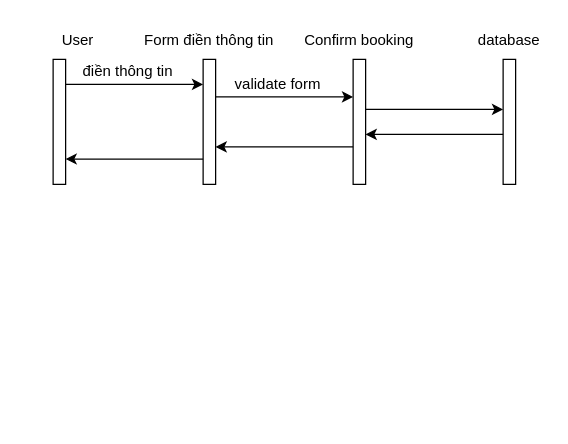
Above: page "Page-2" (2 of 2) of Untitled Diagram.drawio in manh-cuong61/backend_mutiple-choice-test (draw.io), before the change. Source tidied: cells renumbered, new cells numbered last; positions are measured from the earlier drawing's top-left corner, leaving out a move shared by most shapes. Both pictures are drawn from the tidied source at 125%, with x=0, y=0 at pixel (40, 21).
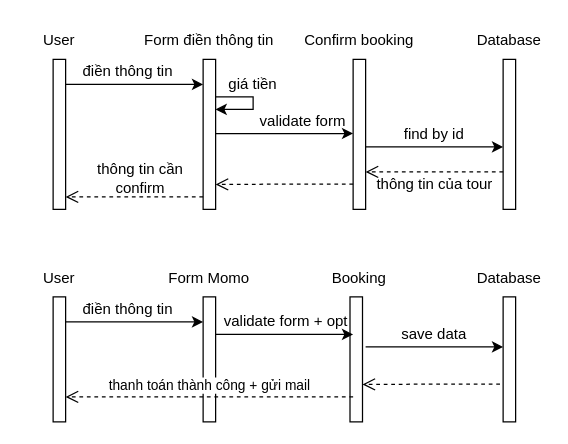
The same diagram, later.

Diff of the diagram source:
```diff
@@
     <mxCell id="2" value="User" style="text;html=1;strokeColor=none;fillColor=none;align=center;verticalAlign=middle;whiteSpace=wrap;rounded=0;" parent="1" vertex="1">
-      <mxGeometry width="60" height="30" as="geometry" />
+      <mxGeometry x="-15" width="60" height="30" as="geometry" />
     </mxCell>
@@
-    <mxCell id="5" value="database" style="text;html=1;strokeColor=none;fillColor=none;align=center;verticalAlign=middle;whiteSpace=wrap;rounded=0;" parent="1" vertex="1">
+    <mxCell id="5" value="Database" style="text;html=1;strokeColor=none;fillColor=none;align=center;verticalAlign=middle;whiteSpace=wrap;rounded=0;" parent="1" vertex="1">
       <mxGeometry x="345" width="60" height="30" as="geometry" />
     </mxCell>
     <mxCell id="6" style="html=1;perimeter=orthogonalPerimeter;targetShapes=umlLifeline;newEdgeStyle={&quot;edgeStyle&quot;:&quot;elbowEdgeStyle&quot;,&quot;elbow&quot;:&quot;vertical&quot;,&quot;curved&quot;:0,&quot;rounded&quot;:0};" parent="1" vertex="1">
-      <mxGeometry x="10" y="30" width="10" height="100" as="geometry" />
+      <mxGeometry x="10" y="30" width="10" height="120" as="geometry" />
     </mxCell>
     <mxCell id="7" style="html=1;points=[];perimeter=orthogonalPerimeter;outlineConnect=0;targetShapes=umlLifeline;portConstraint=eastwest;newEdgeStyle={&quot;edgeStyle&quot;:&quot;elbowEdgeStyle&quot;,&quot;elbow&quot;:&quot;vertical&quot;,&quot;curved&quot;:0,&quot;rounded&quot;:0};" parent="1" vertex="1">
-      <mxGeometry x="250" y="30" width="10" height="100" as="geometry" />
+      <mxGeometry x="250" y="30" width="10" height="120" as="geometry" />
     </mxCell>
     <mxCell id="8" style="html=1;points=[];perimeter=orthogonalPerimeter;outlineConnect=0;targetShapes=umlLifeline;portConstraint=eastwest;newEdgeStyle={&quot;edgeStyle&quot;:&quot;elbowEdgeStyle&quot;,&quot;elbow&quot;:&quot;vertical&quot;,&quot;curved&quot;:0,&quot;rounded&quot;:0};" parent="1" vertex="1">
-      <mxGeometry x="370" y="30" width="10" height="100" as="geometry" />
+      <mxGeometry x="370" y="30" width="10" height="120" as="geometry" />
     </mxCell>
@@
     <mxCell id="10" style="html=1;points=[];perimeter=orthogonalPerimeter;outlineConnect=0;targetShapes=umlLifeline;portConstraint=eastwest;newEdgeStyle={&quot;edgeStyle&quot;:&quot;elbowEdgeStyle&quot;,&quot;elbow&quot;:&quot;vertical&quot;,&quot;curved&quot;:0,&quot;rounded&quot;:0};" parent="1" vertex="1">
-      <mxGeometry x="130" y="30" width="10" height="100" as="geometry" />
+      <mxGeometry x="130" y="30" width="10" height="120" as="geometry" />
     </mxCell>
@@
     <mxCell id="12" style="endArrow=classic;html=1;rounded=0;" parent="1" edge="1">
       <mxGeometry relative="1" as="geometry">
-        <mxPoint x="140" y="60" as="sourcePoint" />
-        <mxPoint x="250" y="60" as="targetPoint" />
+        <mxPoint x="140" y="89.3" as="sourcePoint" />
+        <mxPoint x="250" y="89.3" as="targetPoint" />
       </mxGeometry>
     </mxCell>
     <mxCell id="13" style="endArrow=classic;html=1;rounded=0;" parent="1" edge="1">
       <mxGeometry relative="1" as="geometry">
-        <mxPoint x="260" y="70" as="sourcePoint" />
-        <mxPoint x="370" y="70" as="targetPoint" />
+        <mxPoint x="260" y="100" as="sourcePoint" />
+        <mxPoint x="370" y="100" as="targetPoint" />
       </mxGeometry>
     </mxCell>
-    <mxCell id="14" style="endArrow=classic;html=1;rounded=0;" parent="1" edge="1" source="8" target="7">
-      <mxGeometry relative="1" as="geometry">
-        <Array as="points">
-          <mxPoint x="310" y="90" />
-        </Array>
-      </mxGeometry>
-    </mxCell>
-    <mxCell id="15" style="endArrow=classic;html=1;rounded=0;" parent="1" edge="1">
-      <mxGeometry relative="1" as="geometry">
-        <mxPoint x="250" y="100" as="sourcePoint" />
-        <mxPoint x="140" y="100" as="targetPoint" />
-        <Array as="points">
-          <mxPoint x="190" y="100" />
-        </Array>
-      </mxGeometry>
-    </mxCell>
-    <mxCell id="16" style="endArrow=classic;html=1;rounded=0;" parent="1" edge="1">
-      <mxGeometry relative="1" as="geometry">
-        <mxPoint x="130" y="109.7" as="sourcePoint" />
-        <mxPoint x="20" y="109.7" as="targetPoint" />
-        <Array as="points">
-          <mxPoint x="70" y="109.7" />
-        </Array>
-      </mxGeometry>
-    </mxCell>
     <mxCell id="17" value="validate form" style="text;html=1;strokeColor=none;fillColor=none;align=center;verticalAlign=middle;whiteSpace=wrap;rounded=0;" parent="1" vertex="1">
-      <mxGeometry x="150" y="40" width="80" height="20" as="geometry" />
+      <mxGeometry x="170" y="70" width="80" height="20" as="geometry" />
     </mxCell>
+    <mxCell id="18" value="find by id" style="text;html=1;strokeColor=none;fillColor=none;align=center;verticalAlign=middle;whiteSpace=wrap;rounded=0;" parent="1" vertex="1">
+      <mxGeometry x="285" y="80" width="60" height="20" as="geometry" />
+    </mxCell>
+    <mxCell id="19" style="edgeStyle=orthogonalEdgeStyle;rounded=0;orthogonalLoop=1;jettySize=auto;html=1;exitX=0.5;exitY=1;exitDx=0;exitDy=0;" parent="1" edge="1" source="18" target="18">
+      <mxGeometry relative="1" as="geometry" />
+    </mxCell>
+    <mxCell id="20" value="thông tin của tour" style="text;html=1;strokeColor=none;fillColor=none;align=center;verticalAlign=middle;whiteSpace=wrap;rounded=0;" parent="1" vertex="1">
+      <mxGeometry x="267.5" y="120" width="95" height="20" as="geometry" />
+    </mxCell>
+    <mxCell id="21" style="endArrow=classic;html=1;rounded=0;" parent="1" edge="1" source="10">
+      <mxGeometry relative="1" as="geometry">
+        <mxPoint x="140" y="70" as="targetPoint" />
+        <Array as="points">
+          <mxPoint x="170" y="60" />
+          <mxPoint x="170" y="70" />
+        </Array>
+      </mxGeometry>
+    </mxCell>
+    <mxCell id="22" value="giá tiền" style="text;html=1;strokeColor=none;fillColor=none;align=center;verticalAlign=middle;whiteSpace=wrap;rounded=0;" parent="1" vertex="1">
+      <mxGeometry x="140" y="40" width="60" height="20" as="geometry" />
+    </mxCell>
+    <mxCell id="23" value="thông tin cần confirm" style="text;html=1;strokeColor=none;fillColor=none;align=center;verticalAlign=middle;whiteSpace=wrap;rounded=0;" parent="1" vertex="1">
+      <mxGeometry x="30" y="100" width="100" height="50" as="geometry" />
+    </mxCell>
+    <mxCell id="24" value="User" style="text;html=1;strokeColor=none;fillColor=none;align=center;verticalAlign=middle;whiteSpace=wrap;rounded=0;" parent="1" vertex="1">
+      <mxGeometry x="-15" y="190" width="60" height="30" as="geometry" />
+    </mxCell>
+    <mxCell id="25" value="Form Momo" style="text;html=1;strokeColor=none;fillColor=none;align=center;verticalAlign=middle;whiteSpace=wrap;rounded=0;" parent="1" vertex="1">
+      <mxGeometry x="80" y="190" width="110" height="30" as="geometry" />
+    </mxCell>
+    <mxCell id="26" value="Booking" style="text;html=1;strokeColor=none;fillColor=none;align=center;verticalAlign=middle;whiteSpace=wrap;rounded=0;" parent="1" vertex="1">
+      <mxGeometry x="210" y="190" width="90" height="30" as="geometry" />
+    </mxCell>
+    <mxCell id="27" value="Database" style="text;html=1;strokeColor=none;fillColor=none;align=center;verticalAlign=middle;whiteSpace=wrap;rounded=0;" parent="1" vertex="1">
+      <mxGeometry x="345" y="190" width="60" height="30" as="geometry" />
+    </mxCell>
+    <mxCell id="28" style="html=1;points=[];perimeter=orthogonalPerimeter;outlineConnect=0;targetShapes=umlLifeline;portConstraint=eastwest;newEdgeStyle={&quot;edgeStyle&quot;:&quot;elbowEdgeStyle&quot;,&quot;elbow&quot;:&quot;vertical&quot;,&quot;curved&quot;:0,&quot;rounded&quot;:0};" parent="1" vertex="1">
+      <mxGeometry x="10" y="220" width="10" height="100" as="geometry" />
+    </mxCell>
+    <mxCell id="29" style="html=1;perimeter=orthogonalPerimeter;targetShapes=umlLifeline;newEdgeStyle={&quot;edgeStyle&quot;:&quot;elbowEdgeStyle&quot;,&quot;elbow&quot;:&quot;vertical&quot;,&quot;curved&quot;:0,&quot;rounded&quot;:0};" parent="1" vertex="1">
+      <mxGeometry x="247.5" y="220" width="10" height="100" as="geometry" />
+    </mxCell>
+    <mxCell id="30" style="html=1;perimeter=orthogonalPerimeter;targetShapes=umlLifeline;newEdgeStyle={&quot;edgeStyle&quot;:&quot;elbowEdgeStyle&quot;,&quot;elbow&quot;:&quot;vertical&quot;,&quot;curved&quot;:0,&quot;rounded&quot;:0};" parent="1" vertex="1">
+      <mxGeometry x="370" y="220" width="10" height="100" as="geometry" />
+    </mxCell>
+    <mxCell id="31" value="điền thông tin" style="text;html=1;strokeColor=none;fillColor=none;align=center;verticalAlign=middle;whiteSpace=wrap;rounded=0;" parent="1" vertex="1">
+      <mxGeometry x="30" y="220" width="80" height="20" as="geometry" />
+    </mxCell>
+    <mxCell id="32" style="html=1;points=[];perimeter=orthogonalPerimeter;outlineConnect=0;targetShapes=umlLifeline;portConstraint=eastwest;newEdgeStyle={&quot;edgeStyle&quot;:&quot;elbowEdgeStyle&quot;,&quot;elbow&quot;:&quot;vertical&quot;,&quot;curved&quot;:0,&quot;rounded&quot;:0};" parent="1" vertex="1">
+      <mxGeometry x="130" y="220" width="10" height="100" as="geometry" />
+    </mxCell>
+    <mxCell id="33" style="endArrow=classic;html=1;rounded=0;" parent="1" edge="1" target="32">
+      <mxGeometry relative="1" as="geometry">
+        <mxPoint x="20" y="240" as="sourcePoint" />
+      </mxGeometry>
+    </mxCell>
+    <mxCell id="34" style="endArrow=classic;html=1;rounded=0;" parent="1" edge="1">
+      <mxGeometry relative="1" as="geometry">
+        <mxPoint x="140" y="250" as="sourcePoint" />
+        <mxPoint x="250" y="250" as="targetPoint" />
+      </mxGeometry>
+    </mxCell>
+    <mxCell id="35" style="endArrow=classic;html=1;rounded=0;" parent="1" edge="1">
+      <mxGeometry relative="1" as="geometry">
+        <mxPoint x="260" y="260" as="sourcePoint" />
+        <mxPoint x="370" y="260" as="targetPoint" />
+      </mxGeometry>
+    </mxCell>
+    <mxCell id="36" value="validate form + opt" style="text;html=1;strokeColor=none;fillColor=none;align=center;verticalAlign=middle;whiteSpace=wrap;rounded=0;" parent="1" vertex="1">
+      <mxGeometry x="145" y="230" width="102.5" height="20" as="geometry" />
+    </mxCell>
+    <mxCell id="37" value="save data" style="text;html=1;strokeColor=none;fillColor=none;align=center;verticalAlign=middle;whiteSpace=wrap;rounded=0;" parent="1" vertex="1">
+      <mxGeometry x="285" y="240" width="60" height="20" as="geometry" />
+    </mxCell>
+    <mxCell id="38" style="edgeStyle=orthogonalEdgeStyle;rounded=0;orthogonalLoop=1;jettySize=auto;html=1;exitX=0.5;exitY=1;exitDx=0;exitDy=0;" parent="1" edge="1" source="37" target="37">
+      <mxGeometry relative="1" as="geometry" />
+    </mxCell>
+    <mxCell id="39" value="thanh toán thành công + gửi mail" style="html=1;verticalAlign=bottom;endArrow=open;dashed=1;endSize=8;edgeStyle=elbowEdgeStyle;elbow=vertical;curved=0;rounded=0;" parent="1" edge="1" target="28">
+      <mxGeometry relative="1" as="geometry">
+        <mxPoint x="250" y="300" as="sourcePoint" />
+      </mxGeometry>
+    </mxCell>
+    <mxCell id="40" style="html=1;verticalAlign=bottom;endArrow=open;dashed=1;endSize=8;edgeStyle=elbowEdgeStyle;elbow=vertical;curved=0;rounded=0;" parent="1" edge="1">
+      <mxGeometry relative="1" as="geometry">
+        <mxPoint x="370" y="120" as="sourcePoint" />
+        <mxPoint x="260" y="120" as="targetPoint" />
+      </mxGeometry>
+    </mxCell>
+    <mxCell id="41" style="html=1;verticalAlign=bottom;endArrow=open;dashed=1;endSize=8;edgeStyle=elbowEdgeStyle;elbow=vertical;curved=0;rounded=0;" parent="1" edge="1">
+      <mxGeometry relative="1" as="geometry">
+        <mxPoint x="367.5" y="289.7" as="sourcePoint" />
+        <mxPoint x="257.5" y="289.7" as="targetPoint" />
+      </mxGeometry>
+    </mxCell>
+    <mxCell id="42" style="html=1;verticalAlign=bottom;endArrow=open;dashed=1;endSize=8;edgeStyle=elbowEdgeStyle;elbow=vertical;curved=0;rounded=0;" parent="1" edge="1">
+      <mxGeometry relative="1" as="geometry">
+        <mxPoint x="250" y="129.7" as="sourcePoint" />
+        <mxPoint x="140" y="129.7" as="targetPoint" />
+      </mxGeometry>
+    </mxCell>
+    <mxCell id="43" style="html=1;verticalAlign=bottom;endArrow=open;dashed=1;endSize=8;edgeStyle=elbowEdgeStyle;elbow=vertical;curved=0;rounded=0;" parent="1" edge="1">
+      <mxGeometry relative="1" as="geometry">
+        <mxPoint x="130" y="140" as="sourcePoint" />
+        <mxPoint x="20" y="140" as="targetPoint" />
+      </mxGeometry>
+    </mxCell>
```
